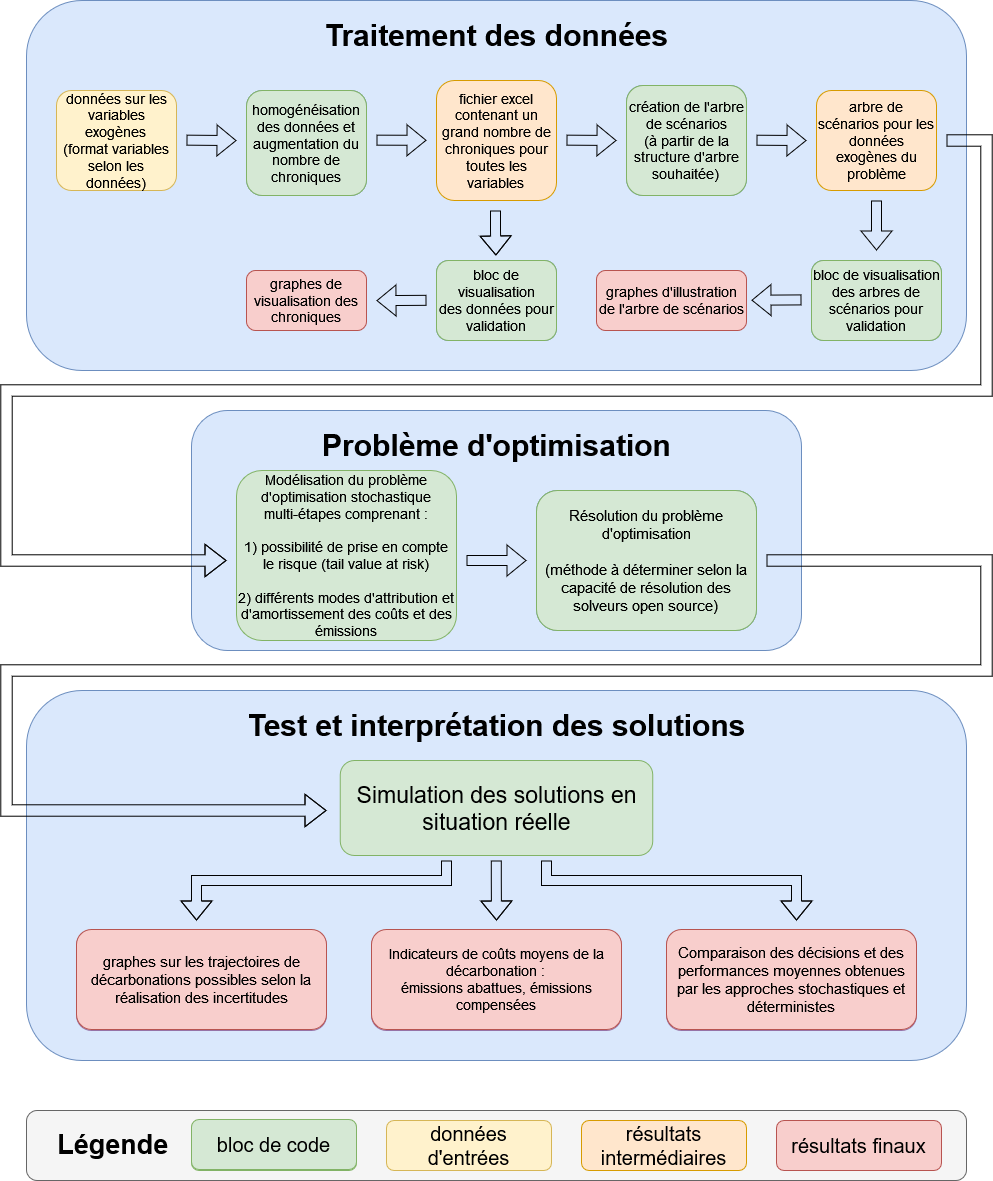
Earlier version of the draw.io export architecture_opticarb.drawio.png (Schlegen/drawio_schemes). Source tidied: cells renumbered, new cells last; positions are measured from the earlier drawing's top-left corner, leaving out a move shared by most shapes.
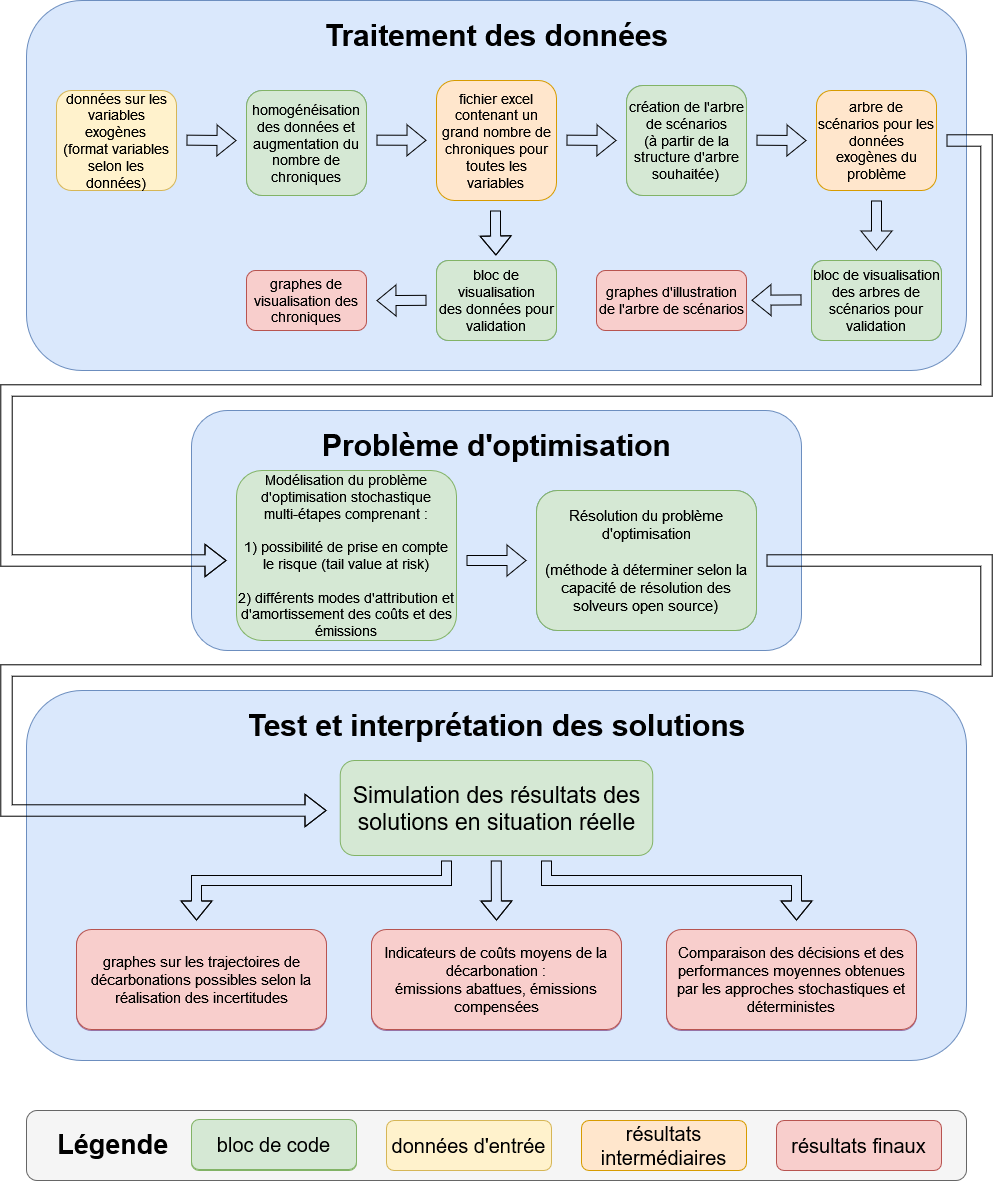
Above is the later version.

The edit, as a diff of the source:
```diff
@@ -190,7 +190,7 @@
     <mxCell id="40" value="&lt;font style=&quot;font-size: 20px;&quot;&gt;bloc de code&lt;/font&gt;" style="rounded=1;whiteSpace=wrap;html=1;fillColor=#d5e8d4;strokeColor=#82b366;" parent="1" vertex="1">
       <mxGeometry x="185" y="1120" width="165" height="50" as="geometry" />
     </mxCell>
-    <mxCell id="41" value="&lt;font style=&quot;font-size: 20px;&quot;&gt;données d'entrées&lt;/font&gt;" style="rounded=1;whiteSpace=wrap;html=1;fillColor=#fff2cc;strokeColor=#d6b656;" parent="1" vertex="1">
+    <mxCell id="41" value="&lt;div&gt;&lt;font style=&quot;font-size: 20px;&quot;&gt;données d'entrée&lt;/font&gt;&lt;/div&gt;" style="rounded=1;whiteSpace=wrap;html=1;fillColor=#fff2cc;strokeColor=#d6b656;" parent="1" vertex="1">
       <mxGeometry x="380" y="1120" width="165" height="50" as="geometry" />
     </mxCell>
     <mxCell id="42" value="&lt;font style=&quot;font-size: 15px;&quot;&gt;Comparaison des décisions et des performances moyennes obtenues par les approches stochastiques et déterministes&lt;/font&gt;" style="rounded=1;whiteSpace=wrap;html=1;fillColor=#f8cecc;strokeColor=#b85450;" parent="1" vertex="1">
@@ -199,7 +199,7 @@
     <mxCell id="43" value="&lt;font style=&quot;font-size: 20px;&quot;&gt;résultats finaux&lt;/font&gt;" style="rounded=1;whiteSpace=wrap;html=1;fillColor=#f8cecc;strokeColor=#b85450;" parent="1" vertex="1">
       <mxGeometry x="770" y="1120" width="165" height="50" as="geometry" />
     </mxCell>
-    <mxCell id="44" value="&lt;div style=&quot;font-size: 14px;&quot;&gt;&lt;font style=&quot;font-size: 14px;&quot;&gt;Indicateurs de coûts moyens de la décarbonation : &lt;br&gt;&lt;/font&gt;&lt;/div&gt;&lt;div style=&quot;font-size: 14px;&quot;&gt;&lt;font style=&quot;font-size: 14px;&quot;&gt;émissions abattues, émissions compensées&lt;/font&gt;&lt;/div&gt;" style="rounded=1;whiteSpace=wrap;html=1;fillColor=#f8cecc;strokeColor=#b85450;" parent="1" vertex="1">
+    <mxCell id="44" value="&lt;div style=&quot;font-size: 15px;&quot;&gt;&lt;font style=&quot;font-size: 15px;&quot;&gt;Indicateurs de coûts moyens de la décarbonation : &lt;br&gt;&lt;/font&gt;&lt;/div&gt;&lt;div style=&quot;font-size: 15px;&quot;&gt;&lt;font style=&quot;font-size: 15px;&quot;&gt;émissions abattues, émissions compensées&lt;/font&gt;&lt;/div&gt;" style="rounded=1;whiteSpace=wrap;html=1;fillColor=#f8cecc;strokeColor=#b85450;" parent="1" vertex="1">
       <mxGeometry x="365" y="929" width="250" height="100" as="geometry" />
     </mxCell>
     <mxCell id="45" value="&lt;font style=&quot;font-size: 15px;&quot;&gt;graphes sur les trajectoires de décarbonations possibles selon la réalisation des incertitudes&lt;/font&gt;" style="rounded=1;whiteSpace=wrap;html=1;fillColor=#f8cecc;strokeColor=#b85450;" parent="1" vertex="1">
@@ -208,7 +208,7 @@
     <mxCell id="46" value="&lt;font style=&quot;font-size: 20px;&quot;&gt;résultats intermédiaires&lt;/font&gt;" style="rounded=1;whiteSpace=wrap;html=1;fillColor=#ffe6cc;strokeColor=#d79b00;" parent="1" vertex="1">
       <mxGeometry x="575" y="1120" width="165" height="50" as="geometry" />
     </mxCell>
-    <mxCell id="47" value="&lt;font style=&quot;font-size: 23px;&quot;&gt;Simulation des solutions en situation réelle&lt;/font&gt;" style="rounded=1;whiteSpace=wrap;html=1;fillColor=#d5e8d4;strokeColor=#82b366;" parent="1" vertex="1">
+    <mxCell id="47" value="&lt;font style=&quot;font-size: 23px;&quot;&gt;Simulation des résultats des solutions en situation réelle&lt;/font&gt;" style="rounded=1;whiteSpace=wrap;html=1;fillColor=#d5e8d4;strokeColor=#82b366;" parent="1" vertex="1">
       <mxGeometry x="333.8" y="760" width="312.5" height="95" as="geometry" />
     </mxCell>
     <mxCell id="48" value="&lt;font style=&quot;font-size: 20px;&quot;&gt;bloc de code&lt;/font&gt;" style="rounded=1;whiteSpace=wrap;html=1;fillColor=#d5e8d4;strokeColor=#82b366;" parent="1" vertex="1">
```
